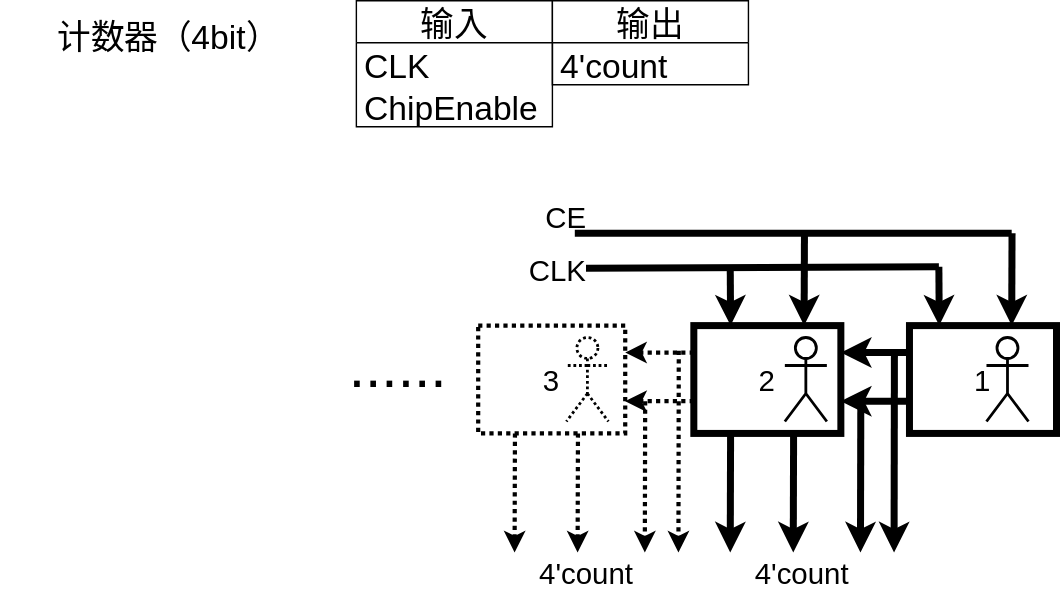
This is humanmachine/Untitled Diagram.drawio.svg from Raspberry-NQ/human-8bit-CPU, a draw.io export, as it was before one commit. Source tidied: cells renumbered, new cells last; positions are measured from the earlier drawing's top-left corner, leaving out a move shared by most shapes.
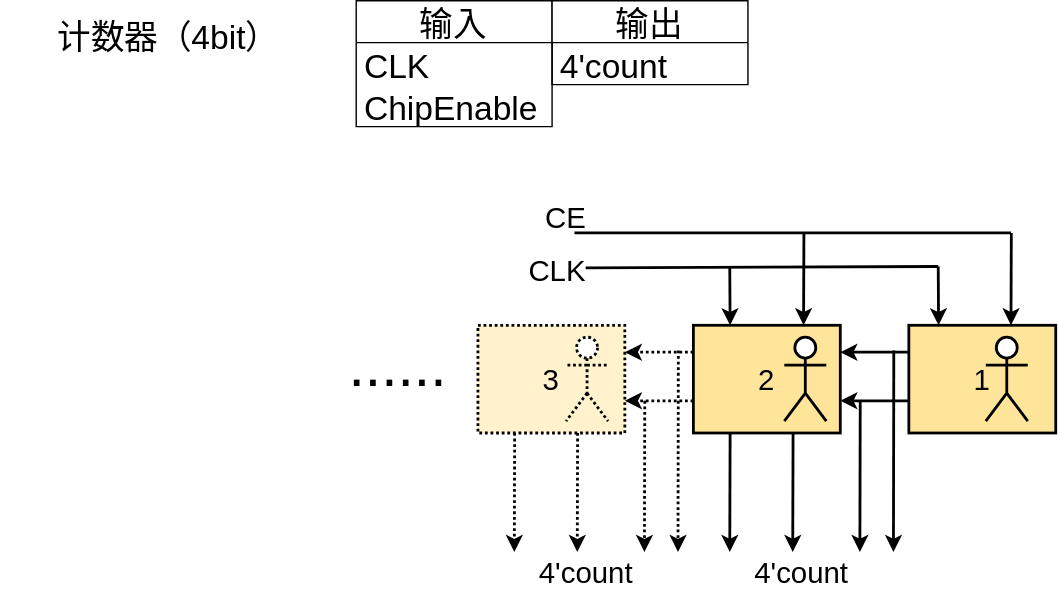
Later version of the same file.

What changed in the source:
```diff
@@ -20,128 +20,128 @@
     <mxCell id="7" value="4'count" style="text;strokeColor=none;fillColor=none;align=left;verticalAlign=middle;spacingLeft=4;spacingRight=4;overflow=hidden;fontSize=24;" parent="6" vertex="1">
       <mxGeometry y="30" width="140" height="30" as="geometry" />
     </mxCell>
-    <mxCell id="8" value="2" style="rounded=0;whiteSpace=wrap;html=1;fontSize=21;spacing=2;strokeWidth=5;" parent="1" vertex="1">
+    <mxCell id="8" value="2" style="rounded=0;whiteSpace=wrap;html=1;fontSize=21;spacing=2;strokeWidth=2;fillColor=#FFE599;" parent="1" vertex="1">
       <mxGeometry x="495" y="232" width="105" height="77" as="geometry" />
     </mxCell>
-    <mxCell id="9" value="1" style="rounded=0;whiteSpace=wrap;html=1;fontSize=21;spacing=2;strokeWidth=5;" parent="1" vertex="1">
+    <mxCell id="9" value="1" style="rounded=0;whiteSpace=wrap;html=1;fontSize=21;spacing=2;strokeWidth=2;fillColor=#FFE599;" parent="1" vertex="1">
       <mxGeometry x="649" y="232" width="105" height="77" as="geometry" />
     </mxCell>
-    <mxCell id="10" style="endArrow=classic;html=1;rounded=0;fontSize=21;entryX=0.25;entryY=0;entryDx=0;entryDy=0;spacing=2;strokeWidth=5;" parent="1" edge="1" target="8">
+    <mxCell id="10" style="endArrow=classic;html=1;rounded=0;fontSize=21;entryX=0.25;entryY=0;entryDx=0;entryDy=0;spacing=2;strokeWidth=2;" parent="1" edge="1" target="8">
       <mxGeometry relative="1" as="geometry">
         <mxPoint x="521" y="190" as="sourcePoint" />
       </mxGeometry>
     </mxCell>
-    <mxCell id="11" style="endArrow=classic;html=1;rounded=0;fontSize=21;entryX=0.25;entryY=0;entryDx=0;entryDy=0;spacing=2;strokeWidth=5;" parent="1" edge="1">
+    <mxCell id="11" style="endArrow=classic;html=1;rounded=0;fontSize=21;entryX=0.25;entryY=0;entryDx=0;entryDy=0;spacing=2;strokeWidth=2;" parent="1" edge="1">
       <mxGeometry relative="1" as="geometry">
         <mxPoint x="670" y="190" as="sourcePoint" />
         <mxPoint x="670.2" y="232" as="targetPoint" />
       </mxGeometry>
     </mxCell>
-    <mxCell id="12" style="endArrow=none;html=1;rounded=0;fontSize=21;spacing=2;strokeWidth=5;" parent="1" edge="1">
+    <mxCell id="12" style="endArrow=none;html=1;rounded=0;fontSize=21;spacing=2;strokeWidth=2;" parent="1" edge="1">
       <mxGeometry relative="1" as="geometry">
         <mxPoint x="418" y="191" as="sourcePoint" />
         <mxPoint x="670" y="190" as="targetPoint" />
       </mxGeometry>
     </mxCell>
-    <mxCell id="13" value="CLK" style="text;html=1;strokeColor=none;fillColor=none;align=center;verticalAlign=middle;whiteSpace=wrap;rounded=0;fontSize=21;spacing=2;strokeWidth=5;" parent="1" vertex="1">
+    <mxCell id="13" value="CLK" style="text;html=1;strokeColor=none;fillColor=none;align=center;verticalAlign=middle;whiteSpace=wrap;rounded=0;fontSize=21;spacing=2;strokeWidth=2;" parent="1" vertex="1">
       <mxGeometry x="368" y="178" width="60" height="30" as="geometry" />
     </mxCell>
-    <mxCell id="14" style="endArrow=classic;html=1;rounded=0;fontSize=21;entryX=0.75;entryY=0;entryDx=0;entryDy=0;spacing=2;strokeWidth=5;" parent="1" edge="1" target="8">
+    <mxCell id="14" style="endArrow=classic;html=1;rounded=0;fontSize=21;entryX=0.75;entryY=0;entryDx=0;entryDy=0;spacing=2;strokeWidth=2;" parent="1" edge="1" target="8">
       <mxGeometry relative="1" as="geometry">
         <mxPoint x="574" y="166" as="sourcePoint" />
       </mxGeometry>
     </mxCell>
-    <mxCell id="15" style="endArrow=classic;html=1;rounded=0;fontSize=21;entryX=0.75;entryY=0;entryDx=0;entryDy=0;spacing=2;strokeWidth=5;" parent="1" edge="1">
+    <mxCell id="15" style="endArrow=classic;html=1;rounded=0;fontSize=21;entryX=0.75;entryY=0;entryDx=0;entryDy=0;spacing=2;strokeWidth=2;" parent="1" edge="1">
       <mxGeometry relative="1" as="geometry">
         <mxPoint x="722.2" y="166" as="sourcePoint" />
         <mxPoint x="722" y="232" as="targetPoint" />
       </mxGeometry>
     </mxCell>
-    <mxCell id="16" style="endArrow=none;html=1;rounded=0;fontSize=21;spacing=2;strokeWidth=5;" parent="1" edge="1">
+    <mxCell id="16" style="endArrow=none;html=1;rounded=0;fontSize=21;spacing=2;strokeWidth=2;" parent="1" edge="1">
       <mxGeometry relative="1" as="geometry">
         <mxPoint x="410" y="166" as="sourcePoint" />
         <mxPoint x="722" y="166" as="targetPoint" />
       </mxGeometry>
     </mxCell>
-    <mxCell id="17" value="CE" style="text;html=1;strokeColor=none;fillColor=none;align=center;verticalAlign=middle;whiteSpace=wrap;rounded=0;fontSize=21;spacing=2;strokeWidth=5;" parent="1" vertex="1">
+    <mxCell id="17" value="CE" style="text;html=1;strokeColor=none;fillColor=none;align=center;verticalAlign=middle;whiteSpace=wrap;rounded=0;fontSize=21;spacing=2;strokeWidth=2;" parent="1" vertex="1">
       <mxGeometry x="374" y="140" width="60" height="30" as="geometry" />
     </mxCell>
-    <mxCell id="18" style="endArrow=classic;html=1;rounded=0;fontSize=21;exitX=0;exitY=0.25;exitDx=0;exitDy=0;entryX=1;entryY=0.25;entryDx=0;entryDy=0;spacing=2;strokeWidth=5;" parent="1" edge="1" source="9" target="8">
+    <mxCell id="18" style="endArrow=classic;html=1;rounded=0;fontSize=21;exitX=0;exitY=0.25;exitDx=0;exitDy=0;entryX=1;entryY=0.25;entryDx=0;entryDy=0;spacing=2;strokeWidth=2;" parent="1" edge="1" source="9" target="8">
       <mxGeometry relative="1" as="geometry" />
     </mxCell>
-    <mxCell id="19" style="endArrow=classic;html=1;rounded=0;fontSize=21;exitX=0;exitY=0.25;exitDx=0;exitDy=0;entryX=1;entryY=0.25;entryDx=0;entryDy=0;spacing=2;strokeWidth=5;" parent="1" edge="1">
+    <mxCell id="19" style="endArrow=classic;html=1;rounded=0;fontSize=21;exitX=0;exitY=0.25;exitDx=0;exitDy=0;entryX=1;entryY=0.25;entryDx=0;entryDy=0;spacing=2;strokeWidth=2;" parent="1" edge="1">
       <mxGeometry relative="1" as="geometry">
         <mxPoint x="649" y="286" as="sourcePoint" />
         <mxPoint x="600" y="286" as="targetPoint" />
       </mxGeometry>
     </mxCell>
-    <mxCell id="20" style="endArrow=classic;html=1;rounded=0;fontSize=21;exitX=0.25;exitY=1;exitDx=0;exitDy=0;spacing=2;strokeWidth=5;" parent="1" edge="1" source="8">
+    <mxCell id="20" style="endArrow=classic;html=1;rounded=0;fontSize=21;exitX=0.25;exitY=1;exitDx=0;exitDy=0;spacing=2;strokeWidth=2;" parent="1" edge="1" source="8">
       <mxGeometry relative="1" as="geometry">
         <mxPoint x="521" y="394" as="targetPoint" />
       </mxGeometry>
     </mxCell>
-    <mxCell id="21" style="endArrow=classic;html=1;rounded=0;fontSize=21;exitX=0.25;exitY=1;exitDx=0;exitDy=0;spacing=2;strokeWidth=5;" parent="1" edge="1">
+    <mxCell id="21" style="endArrow=classic;html=1;rounded=0;fontSize=21;exitX=0.25;exitY=1;exitDx=0;exitDy=0;spacing=2;strokeWidth=2;" parent="1" edge="1">
       <mxGeometry relative="1" as="geometry">
         <mxPoint x="566.2" y="309" as="sourcePoint" />
         <mxPoint x="566" y="394" as="targetPoint" />
       </mxGeometry>
     </mxCell>
-    <mxCell id="22" style="endArrow=classic;html=1;rounded=0;fontSize=21;exitX=0.25;exitY=1;exitDx=0;exitDy=0;spacing=2;strokeWidth=5;" parent="1" edge="1">
+    <mxCell id="22" style="endArrow=classic;html=1;rounded=0;fontSize=21;exitX=0.25;exitY=1;exitDx=0;exitDy=0;spacing=2;strokeWidth=2;" parent="1" edge="1">
       <mxGeometry relative="1" as="geometry">
         <mxPoint x="614.2" y="286" as="sourcePoint" />
         <mxPoint x="614" y="394" as="targetPoint" />
       </mxGeometry>
     </mxCell>
-    <mxCell id="23" style="endArrow=classic;html=1;rounded=0;fontSize=21;exitX=0.25;exitY=1;exitDx=0;exitDy=0;spacing=2;strokeWidth=5;" parent="1" edge="1">
+    <mxCell id="23" style="endArrow=classic;html=1;rounded=0;fontSize=21;exitX=0.25;exitY=1;exitDx=0;exitDy=0;spacing=2;strokeWidth=2;" parent="1" edge="1">
       <mxGeometry relative="1" as="geometry">
         <mxPoint x="638.2" y="250" as="sourcePoint" />
         <mxPoint x="638" y="394" as="targetPoint" />
       </mxGeometry>
     </mxCell>
-    <mxCell id="24" value="4'count" style="text;html=1;strokeColor=none;fillColor=none;align=center;verticalAlign=middle;whiteSpace=wrap;rounded=0;fontSize=21;spacing=2;strokeWidth=5;" parent="1" vertex="1">
+    <mxCell id="24" value="4'count" style="text;html=1;strokeColor=none;fillColor=none;align=center;verticalAlign=middle;whiteSpace=wrap;rounded=0;fontSize=21;spacing=2;strokeWidth=2;" parent="1" vertex="1">
       <mxGeometry x="517.5" y="394" width="108.5" height="30" as="geometry" />
     </mxCell>
-    <mxCell id="25" value="3" style="rounded=0;whiteSpace=wrap;html=1;fontSize=21;spacing=2;strokeWidth=3;dashed=1;dashPattern=1 1;" parent="1" vertex="1">
+    <mxCell id="25" value="3" style="rounded=0;whiteSpace=wrap;html=1;fontSize=21;spacing=2;strokeWidth=2;dashed=1;dashPattern=1 1;fillColor=#FFF2CC;" parent="1" vertex="1">
       <mxGeometry x="341" y="232" width="105" height="77" as="geometry" />
     </mxCell>
-    <mxCell id="26" style="endArrow=classic;html=1;rounded=0;fontSize=21;exitX=0;exitY=0.25;exitDx=0;exitDy=0;entryX=1;entryY=0.25;entryDx=0;entryDy=0;spacing=2;strokeWidth=3;dashed=1;dashPattern=1 1;" parent="1" edge="1" target="25">
+    <mxCell id="26" style="endArrow=classic;html=1;rounded=0;fontSize=21;exitX=0;exitY=0.25;exitDx=0;exitDy=0;entryX=1;entryY=0.25;entryDx=0;entryDy=0;spacing=2;strokeWidth=2;dashed=1;dashPattern=1 1;" parent="1" edge="1" target="25">
       <mxGeometry relative="1" as="geometry">
         <mxPoint x="495" y="251.2" as="sourcePoint" />
       </mxGeometry>
     </mxCell>
-    <mxCell id="27" style="endArrow=classic;html=1;rounded=0;fontSize=21;exitX=0;exitY=0.25;exitDx=0;exitDy=0;entryX=1;entryY=0.25;entryDx=0;entryDy=0;spacing=2;strokeWidth=3;dashed=1;dashPattern=1 1;" parent="1" edge="1">
+    <mxCell id="27" style="endArrow=classic;html=1;rounded=0;fontSize=21;exitX=0;exitY=0.25;exitDx=0;exitDy=0;entryX=1;entryY=0.25;entryDx=0;entryDy=0;spacing=2;strokeWidth=2;dashed=1;dashPattern=1 1;" parent="1" edge="1">
       <mxGeometry relative="1" as="geometry">
         <mxPoint x="495" y="286" as="sourcePoint" />
         <mxPoint x="446" y="286" as="targetPoint" />
       </mxGeometry>
     </mxCell>
-    <mxCell id="28" style="endArrow=classic;html=1;rounded=0;fontSize=21;exitX=0.25;exitY=1;exitDx=0;exitDy=0;spacing=2;strokeWidth=3;dashed=1;dashPattern=1 1;" parent="1" edge="1" source="25">
+    <mxCell id="28" style="endArrow=classic;html=1;rounded=0;fontSize=21;exitX=0.25;exitY=1;exitDx=0;exitDy=0;spacing=2;strokeWidth=2;dashed=1;dashPattern=1 1;" parent="1" edge="1" source="25">
       <mxGeometry relative="1" as="geometry">
         <mxPoint x="367" y="394" as="targetPoint" />
       </mxGeometry>
     </mxCell>
-    <mxCell id="29" style="endArrow=classic;html=1;rounded=0;fontSize=21;exitX=0.25;exitY=1;exitDx=0;exitDy=0;spacing=2;strokeWidth=3;dashed=1;dashPattern=1 1;" parent="1" edge="1">
+    <mxCell id="29" style="endArrow=classic;html=1;rounded=0;fontSize=21;exitX=0.25;exitY=1;exitDx=0;exitDy=0;spacing=2;strokeWidth=2;dashed=1;dashPattern=1 1;" parent="1" edge="1">
       <mxGeometry relative="1" as="geometry">
         <mxPoint x="412.2" y="309" as="sourcePoint" />
         <mxPoint x="412" y="394" as="targetPoint" />
       </mxGeometry>
     </mxCell>
-    <mxCell id="30" style="endArrow=classic;html=1;rounded=0;fontSize=21;exitX=0.25;exitY=1;exitDx=0;exitDy=0;spacing=2;strokeWidth=3;dashed=1;dashPattern=1 1;" parent="1" edge="1">
+    <mxCell id="30" style="endArrow=classic;html=1;rounded=0;fontSize=21;exitX=0.25;exitY=1;exitDx=0;exitDy=0;spacing=2;strokeWidth=2;dashed=1;dashPattern=1 1;" parent="1" edge="1">
       <mxGeometry relative="1" as="geometry">
         <mxPoint x="460.2" y="286" as="sourcePoint" />
         <mxPoint x="460" y="394" as="targetPoint" />
       </mxGeometry>
     </mxCell>
-    <mxCell id="31" style="endArrow=classic;html=1;rounded=0;fontSize=21;exitX=0.25;exitY=1;exitDx=0;exitDy=0;spacing=2;strokeWidth=3;dashed=1;dashPattern=1 1;" parent="1" edge="1">
+    <mxCell id="31" style="endArrow=classic;html=1;rounded=0;fontSize=21;exitX=0.25;exitY=1;exitDx=0;exitDy=0;spacing=2;strokeWidth=2;dashed=1;dashPattern=1 1;" parent="1" edge="1">
       <mxGeometry relative="1" as="geometry">
         <mxPoint x="484.2" y="250" as="sourcePoint" />
         <mxPoint x="484" y="394" as="targetPoint" />
       </mxGeometry>
     </mxCell>
-    <mxCell id="32" value="4'count" style="text;html=1;strokeColor=none;fillColor=none;align=center;verticalAlign=middle;whiteSpace=wrap;rounded=0;fontSize=21;spacing=2;strokeWidth=3;dashed=1;dashPattern=1 1;" parent="1" vertex="1">
+    <mxCell id="32" value="4'count" style="text;html=1;strokeColor=none;fillColor=none;align=center;verticalAlign=middle;whiteSpace=wrap;rounded=0;fontSize=21;spacing=2;strokeWidth=2;dashed=1;dashPattern=1 1;" parent="1" vertex="1">
       <mxGeometry x="363.5" y="394" width="108.5" height="30" as="geometry" />
     </mxCell>
-    <mxCell id="33" value="&lt;font style=&quot;font-size: 42px&quot;&gt;......&lt;/font&gt;" style="text;html=1;strokeColor=none;fillColor=none;align=center;verticalAlign=middle;whiteSpace=wrap;rounded=0;dashed=1;dashPattern=1 1;fontSize=21;" parent="1" vertex="1">
+    <mxCell id="33" value="&lt;font style=&quot;font-size: 42px&quot;&gt;......&lt;/font&gt;" style="text;html=1;strokeColor=none;fillColor=none;align=center;verticalAlign=middle;whiteSpace=wrap;rounded=0;dashed=1;dashPattern=1 1;fontSize=21;strokeWidth=2;" parent="1" vertex="1">
       <mxGeometry x="254" y="224" width="60" height="76.5" as="geometry" />
     </mxCell>
     <mxCell id="34" style="shape=umlActor;verticalLabelPosition=bottom;verticalAlign=top;html=1;fontSize=24;strokeWidth=2;" parent="1" vertex="1">
```
